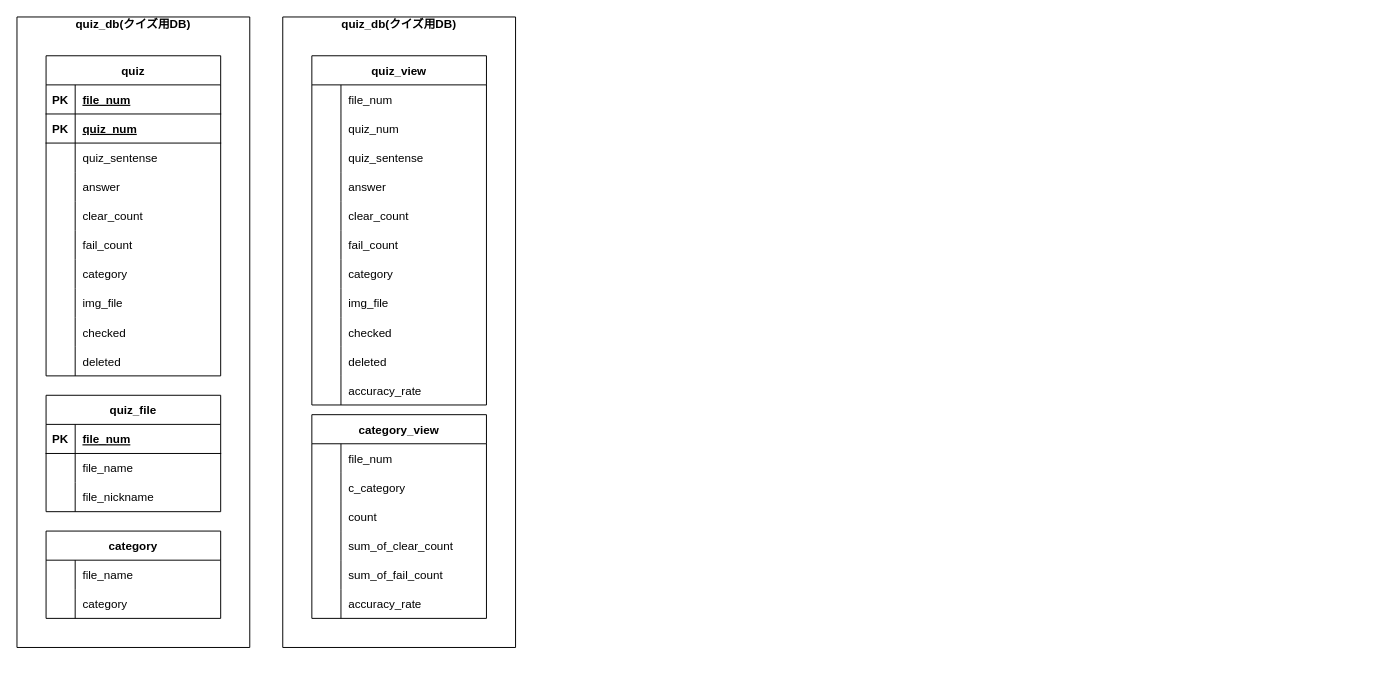
Earlier version of the draw.io diagram database/drawio/erd.dio (WAT36/WAT-Quizzer). Source tidied: cells renumbered, new cells numbered last; positions are measured from the earlier drawing's top-left corner, leaving out a move shared by most shapes. Both pictures are drawn from the tidied source at 97%, with x=0, y=0 at pixel (16, 16).
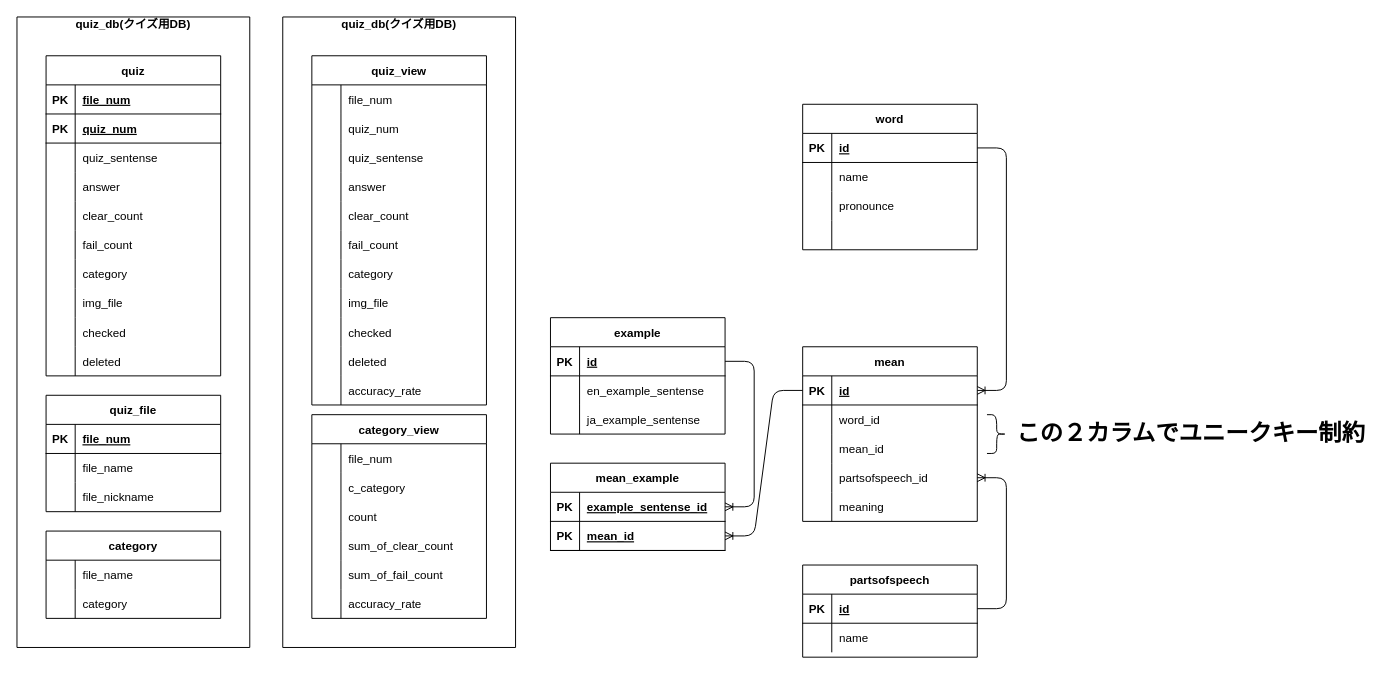
After the change.

Commit message:
英語Quizzer用の　DB定義案作成　とりあえず今時点

Change to the diagram source:
```diff
@@
+    <mxCell id="105" value="word" style="shape=table;startSize=30;childLayout=tableLayout;rowLines=0;fontStyle=1;align=center;" parent="1" vertex="1">
+      <mxGeometry x="810" y="90" width="180" height="150" as="geometry" />
+    </mxCell>
+    <mxCell id="106" style="shape=partialRectangle;fillColor=none;top=0;left=0;bottom=1;right=0;points=[[0,0.5],[1,0.5]];portConstraint=eastwest;" parent="105" vertex="1">
+      <mxGeometry y="30" width="180" height="30" as="geometry" />
+    </mxCell>
+    <mxCell id="107" value="PK" style="shape=partialRectangle;fillColor=none;top=0;left=0;bottom=0;right=0;fontStyle=1;overflow=hidden;" parent="106" vertex="1">
+      <mxGeometry width="30" height="30" as="geometry" />
+    </mxCell>
+    <mxCell id="108" value="id" style="shape=partialRectangle;fillColor=none;top=0;left=0;bottom=0;right=0;align=left;spacingLeft=6;fontStyle=5;overflow=hidden;" parent="106" vertex="1">
+      <mxGeometry x="30" width="150" height="30" as="geometry" />
+    </mxCell>
+    <mxCell id="109" style="shape=partialRectangle;fillColor=none;top=0;left=0;bottom=0;right=0;" parent="105" vertex="1">
+      <mxGeometry y="60" width="180" height="30" as="geometry" />
+    </mxCell>
+    <mxCell id="110" style="shape=partialRectangle;fillColor=none;top=0;left=0;bottom=0;right=0;overflow=hidden;" parent="109" vertex="1">
+      <mxGeometry width="30" height="30" as="geometry" />
+    </mxCell>
+    <mxCell id="111" value="name" style="shape=partialRectangle;fillColor=none;top=0;left=0;bottom=0;right=0;align=left;spacingLeft=6;overflow=hidden;" parent="109" vertex="1">
+      <mxGeometry x="30" width="150" height="30" as="geometry" />
+    </mxCell>
+    <mxCell id="112" style="shape=partialRectangle;fillColor=none;top=0;left=0;bottom=0;right=0;" parent="105" vertex="1">
+      <mxGeometry y="90" width="180" height="30" as="geometry" />
+    </mxCell>
+    <mxCell id="113" style="shape=partialRectangle;fillColor=none;top=0;left=0;bottom=0;right=0;overflow=hidden;" parent="112" vertex="1">
+      <mxGeometry width="30" height="30" as="geometry" />
+    </mxCell>
+    <mxCell id="114" value="pronounce" style="shape=partialRectangle;fillColor=none;top=0;left=0;bottom=0;right=0;align=left;spacingLeft=6;overflow=hidden;" parent="112" vertex="1">
+      <mxGeometry x="30" width="150" height="30" as="geometry" />
+    </mxCell>
+    <mxCell id="115" style="shape=partialRectangle;fillColor=none;top=0;left=0;bottom=0;right=0;" parent="105" vertex="1">
+      <mxGeometry y="120" width="180" height="30" as="geometry" />
+    </mxCell>
+    <mxCell id="116" style="shape=partialRectangle;fillColor=none;top=0;left=0;bottom=0;right=0;overflow=hidden;" parent="115" vertex="1">
+      <mxGeometry width="30" height="30" as="geometry" />
+    </mxCell>
+    <mxCell id="117" style="shape=partialRectangle;fillColor=none;top=0;left=0;bottom=0;right=0;align=left;spacingLeft=6;overflow=hidden;" parent="115" vertex="1">
+      <mxGeometry x="30" width="150" height="30" as="geometry" />
+    </mxCell>
+    <mxCell id="118" value="mean" style="shape=table;startSize=30;childLayout=tableLayout;rowLines=0;fontStyle=1;align=center;" parent="1" vertex="1">
+      <mxGeometry x="810" y="340" width="180" height="180" as="geometry" />
+    </mxCell>
+    <mxCell id="119" style="shape=partialRectangle;fillColor=none;top=0;left=0;bottom=1;right=0;points=[[0,0.5],[1,0.5]];portConstraint=eastwest;" parent="118" vertex="1">
+      <mxGeometry y="30" width="180" height="30" as="geometry" />
+    </mxCell>
+    <mxCell id="120" value="PK" style="shape=partialRectangle;fillColor=none;top=0;left=0;bottom=0;right=0;fontStyle=1;overflow=hidden;" parent="119" vertex="1">
+      <mxGeometry width="30" height="30" as="geometry" />
+    </mxCell>
+    <mxCell id="121" value="id" style="shape=partialRectangle;fillColor=none;top=0;left=0;bottom=0;right=0;align=left;spacingLeft=6;fontStyle=5;overflow=hidden;" parent="119" vertex="1">
+      <mxGeometry x="30" width="150" height="30" as="geometry" />
+    </mxCell>
+    <mxCell id="122" style="shape=partialRectangle;fillColor=none;top=0;left=0;bottom=0;right=0;" parent="118" vertex="1">
+      <mxGeometry y="60" width="180" height="30" as="geometry" />
+    </mxCell>
+    <mxCell id="123" style="shape=partialRectangle;fillColor=none;top=0;left=0;bottom=0;right=0;overflow=hidden;" parent="122" vertex="1">
+      <mxGeometry width="30" height="30" as="geometry" />
+    </mxCell>
+    <mxCell id="124" value="word_id" style="shape=partialRectangle;fillColor=none;top=0;left=0;bottom=0;right=0;align=left;spacingLeft=6;overflow=hidden;" parent="122" vertex="1">
+      <mxGeometry x="30" width="150" height="30" as="geometry" />
+    </mxCell>
+    <mxCell id="125" style="shape=partialRectangle;fillColor=none;top=0;left=0;bottom=0;right=0;" parent="118" vertex="1">
+      <mxGeometry y="90" width="180" height="30" as="geometry" />
+    </mxCell>
+    <mxCell id="126" style="shape=partialRectangle;fillColor=none;top=0;left=0;bottom=0;right=0;overflow=hidden;" parent="125" vertex="1">
+      <mxGeometry width="30" height="30" as="geometry" />
+    </mxCell>
+    <mxCell id="127" value="mean_id" style="shape=partialRectangle;fillColor=none;top=0;left=0;bottom=0;right=0;align=left;spacingLeft=6;overflow=hidden;" parent="125" vertex="1">
+      <mxGeometry x="30" width="150" height="30" as="geometry" />
+    </mxCell>
+    <mxCell id="128" style="shape=partialRectangle;fillColor=none;top=0;left=0;bottom=0;right=0;points=[[0,0.5],[1,0.5]];portConstraint=eastwest;" parent="118" vertex="1">
+      <mxGeometry y="120" width="180" height="30" as="geometry" />
+    </mxCell>
+    <mxCell id="129" style="shape=partialRectangle;fillColor=none;top=0;left=0;bottom=0;right=0;overflow=hidden;" parent="128" vertex="1">
+      <mxGeometry width="30" height="30" as="geometry" />
+    </mxCell>
+    <mxCell id="130" value="partsofspeech_id" style="shape=partialRectangle;fillColor=none;top=0;left=0;bottom=0;right=0;align=left;spacingLeft=6;overflow=hidden;" parent="128" vertex="1">
+      <mxGeometry x="30" width="150" height="30" as="geometry" />
+    </mxCell>
+    <mxCell id="131" style="shape=partialRectangle;fillColor=none;top=0;left=0;bottom=0;right=0;" parent="118" vertex="1">
+      <mxGeometry y="150" width="180" height="30" as="geometry" />
+    </mxCell>
+    <mxCell id="132" style="shape=partialRectangle;fillColor=none;top=0;left=0;bottom=0;right=0;overflow=hidden;" parent="131" vertex="1">
+      <mxGeometry width="30" height="30" as="geometry" />
+    </mxCell>
+    <mxCell id="133" value="meaning" style="shape=partialRectangle;fillColor=none;top=0;left=0;bottom=0;right=0;align=left;spacingLeft=6;overflow=hidden;" parent="131" vertex="1">
+      <mxGeometry x="30" width="150" height="30" as="geometry" />
+    </mxCell>
+    <mxCell id="134" style="edgeStyle=entityRelationEdgeStyle;fontSize=12;html=1;endArrow=ERoneToMany;exitX=1;exitY=0.5;exitDx=0;exitDy=0;entryX=1;entryY=0.5;entryDx=0;entryDy=0;" parent="1" edge="1" source="106" target="119">
+      <mxGeometry relative="1" as="geometry" />
+    </mxCell>
+    <mxCell id="135" value="partsofspeech" style="shape=table;startSize=30;childLayout=tableLayout;rowLines=0;fontStyle=1;align=center;" parent="1" vertex="1">
+      <mxGeometry x="810" y="565" width="180" height="95" as="geometry" />
+    </mxCell>
+    <mxCell id="136" style="shape=partialRectangle;fillColor=none;top=0;left=0;bottom=1;right=0;points=[[0,0.5],[1,0.5]];portConstraint=eastwest;" parent="135" vertex="1">
+      <mxGeometry y="30" width="180" height="30" as="geometry" />
+    </mxCell>
+    <mxCell id="137" value="PK" style="shape=partialRectangle;fillColor=none;top=0;left=0;bottom=0;right=0;fontStyle=1;overflow=hidden;" parent="136" vertex="1">
+      <mxGeometry width="30" height="30" as="geometry" />
+    </mxCell>
+    <mxCell id="138" value="id" style="shape=partialRectangle;fillColor=none;top=0;left=0;bottom=0;right=0;align=left;spacingLeft=6;fontStyle=5;overflow=hidden;" parent="136" vertex="1">
+      <mxGeometry x="30" width="150" height="30" as="geometry" />
+    </mxCell>
+    <mxCell id="139" style="shape=partialRectangle;fillColor=none;top=0;left=0;bottom=0;right=0;" parent="135" vertex="1">
+      <mxGeometry y="60" width="180" height="30" as="geometry" />
+    </mxCell>
+    <mxCell id="140" style="shape=partialRectangle;fillColor=none;top=0;left=0;bottom=0;right=0;overflow=hidden;" parent="139" vertex="1">
+      <mxGeometry width="30" height="30" as="geometry" />
+    </mxCell>
+    <mxCell id="141" value="name" style="shape=partialRectangle;fillColor=none;top=0;left=0;bottom=0;right=0;align=left;spacingLeft=6;overflow=hidden;" parent="139" vertex="1">
+      <mxGeometry x="30" width="150" height="30" as="geometry" />
+    </mxCell>
+    <mxCell id="142" style="edgeStyle=entityRelationEdgeStyle;fontSize=12;html=1;endArrow=ERoneToMany;entryX=1;entryY=0.5;entryDx=0;entryDy=0;exitX=1;exitY=0.5;exitDx=0;exitDy=0;" parent="1" edge="1" source="136" target="128">
+      <mxGeometry relative="1" as="geometry" />
+    </mxCell>
+    <mxCell id="143" value="example" style="shape=table;startSize=30;childLayout=tableLayout;rowLines=0;fontStyle=1;align=center;" parent="1" vertex="1">
+      <mxGeometry x="550" y="310" width="180" height="120" as="geometry" />
+    </mxCell>
+    <mxCell id="144" style="shape=partialRectangle;fillColor=none;top=0;left=0;bottom=1;right=0;points=[[0,0.5],[1,0.5]];portConstraint=eastwest;" parent="143" vertex="1">
+      <mxGeometry y="30" width="180" height="30" as="geometry" />
+    </mxCell>
+    <mxCell id="145" value="PK" style="shape=partialRectangle;fillColor=none;top=0;left=0;bottom=0;right=0;fontStyle=1;overflow=hidden;" parent="144" vertex="1">
+      <mxGeometry width="30" height="30" as="geometry" />
+    </mxCell>
+    <mxCell id="146" value="id" style="shape=partialRectangle;fillColor=none;top=0;left=0;bottom=0;right=0;align=left;spacingLeft=6;fontStyle=5;overflow=hidden;" parent="144" vertex="1">
+      <mxGeometry x="30" width="150" height="30" as="geometry" />
+    </mxCell>
+    <mxCell id="147" style="shape=partialRectangle;fillColor=none;top=0;left=0;bottom=0;right=0;" parent="143" vertex="1">
+      <mxGeometry y="60" width="180" height="30" as="geometry" />
+    </mxCell>
+    <mxCell id="148" style="shape=partialRectangle;fillColor=none;top=0;left=0;bottom=0;right=0;overflow=hidden;" parent="147" vertex="1">
+      <mxGeometry width="30" height="30" as="geometry" />
+    </mxCell>
+    <mxCell id="149" value="en_example_sentense" style="shape=partialRectangle;fillColor=none;top=0;left=0;bottom=0;right=0;align=left;spacingLeft=6;overflow=hidden;" parent="147" vertex="1">
+      <mxGeometry x="30" width="150" height="30" as="geometry" />
+    </mxCell>
+    <mxCell id="150" style="shape=partialRectangle;fillColor=none;top=0;left=0;bottom=0;right=0;" parent="143" vertex="1">
+      <mxGeometry y="90" width="180" height="30" as="geometry" />
+    </mxCell>
+    <mxCell id="151" style="shape=partialRectangle;fillColor=none;top=0;left=0;bottom=0;right=0;overflow=hidden;" parent="150" vertex="1">
+      <mxGeometry width="30" height="30" as="geometry" />
+    </mxCell>
+    <mxCell id="152" value="ja_example_sentense" style="shape=partialRectangle;fillColor=none;top=0;left=0;bottom=0;right=0;align=left;spacingLeft=6;overflow=hidden;" parent="150" vertex="1">
+      <mxGeometry x="30" width="150" height="30" as="geometry" />
+    </mxCell>
+    <mxCell id="153" value="mean_example" style="shape=table;startSize=30;childLayout=tableLayout;rowLines=0;fontStyle=1;align=center;" parent="1" vertex="1">
+      <mxGeometry x="550" y="460" width="180" height="90" as="geometry" />
+    </mxCell>
+    <mxCell id="154" style="shape=partialRectangle;fillColor=none;top=0;left=0;bottom=1;right=0;points=[[0,0.5],[1,0.5]];portConstraint=eastwest;" parent="153" vertex="1">
+      <mxGeometry y="30" width="180" height="30" as="geometry" />
+    </mxCell>
+    <mxCell id="155" value="PK" style="shape=partialRectangle;fillColor=none;top=0;left=0;bottom=0;right=0;fontStyle=1;overflow=hidden;" parent="154" vertex="1">
+      <mxGeometry width="30" height="30" as="geometry" />
+    </mxCell>
+    <mxCell id="156" value="example_sentense_id" style="shape=partialRectangle;fillColor=none;top=0;left=0;bottom=0;right=0;align=left;spacingLeft=6;fontStyle=5;overflow=hidden;" parent="154" vertex="1">
+      <mxGeometry x="30" width="150" height="30" as="geometry" />
+    </mxCell>
+    <mxCell id="157" style="shape=partialRectangle;fillColor=none;top=0;left=0;bottom=1;right=0;points=[[0,0.5],[1,0.5]];portConstraint=eastwest;" parent="153" vertex="1">
+      <mxGeometry y="60" width="180" height="30" as="geometry" />
+    </mxCell>
+    <mxCell id="158" value="PK" style="shape=partialRectangle;fillColor=none;top=0;left=0;bottom=0;right=0;fontStyle=1;overflow=hidden;" parent="157" vertex="1">
+      <mxGeometry width="30" height="30" as="geometry" />
+    </mxCell>
+    <mxCell id="159" value="mean_id" style="shape=partialRectangle;fillColor=none;top=0;left=0;bottom=0;right=0;align=left;spacingLeft=6;fontStyle=5;overflow=hidden;" parent="157" vertex="1">
+      <mxGeometry x="30" width="150" height="30" as="geometry" />
+    </mxCell>
+    <mxCell id="160" style="shape=curlyBracket;whiteSpace=wrap;html=1;rounded=1;flipH=1;" parent="1" vertex="1">
+      <mxGeometry x="1000" y="410" width="20" height="40" as="geometry" />
+    </mxCell>
+    <mxCell id="161" value="この２カラムでユニークキー制約" style="text;strokeColor=none;fillColor=none;html=1;fontSize=24;fontStyle=1;verticalAlign=middle;align=center;" parent="1" vertex="1">
+      <mxGeometry x="1020" y="410" width="380" height="40" as="geometry" />
+    </mxCell>
+    <mxCell id="162" style="edgeStyle=entityRelationEdgeStyle;fontSize=12;html=1;endArrow=ERoneToMany;exitX=1;exitY=0.5;exitDx=0;exitDy=0;entryX=1;entryY=0.5;entryDx=0;entryDy=0;" parent="1" edge="1" source="144" target="154">
+      <mxGeometry relative="1" as="geometry" />
+    </mxCell>
+    <mxCell id="163" style="edgeStyle=entityRelationEdgeStyle;fontSize=12;html=1;endArrow=ERoneToMany;exitX=0;exitY=0.5;exitDx=0;exitDy=0;entryX=1;entryY=0.5;entryDx=0;entryDy=0;" parent="1" edge="1" source="119" target="157">
+      <mxGeometry relative="1" as="geometry" />
+    </mxCell>
```
